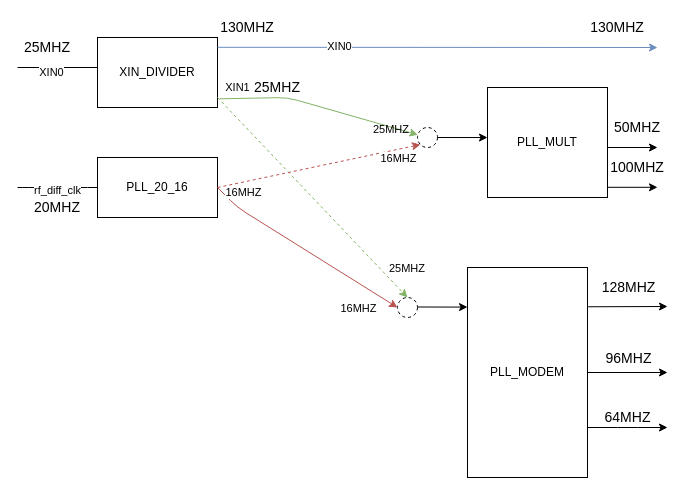
dkaigu/charts keeps this draw.io diagram as pll_flow.drawio. Above is the earlier version. Source tidied: cells renumbered, new cells numbered last; positions are measured from the earlier drawing's top-left corner, leaving out a move shared by most shapes. Both pictures are drawn from the tidied source at 100%, with x=0, y=0 at pixel (17, 17).
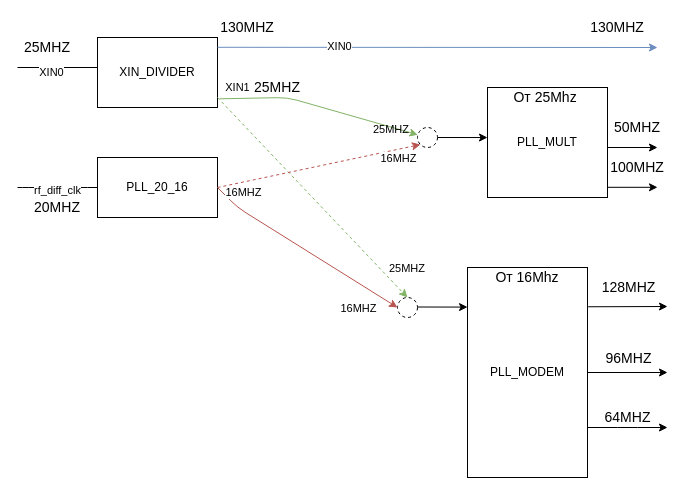
The same page after the edit.

Change to the diagram source:
```diff
@@
+    <mxCell id="40" value="От 25Mhz&amp;nbsp;" style="text;html=1;strokeColor=none;fillColor=none;align=center;verticalAlign=middle;whiteSpace=wrap;rounded=0;dashed=1;fontSize=14;" parent="1" vertex="1">
+      <mxGeometry x="470" y="70" width="120" height="20" as="geometry" />
+    </mxCell>
+    <mxCell id="41" value="От 16Mhz" style="text;html=1;strokeColor=none;fillColor=none;align=center;verticalAlign=middle;whiteSpace=wrap;rounded=0;dashed=1;fontSize=14;" parent="1" vertex="1">
+      <mxGeometry x="450" y="250" width="120" height="20" as="geometry" />
+    </mxCell>
```
